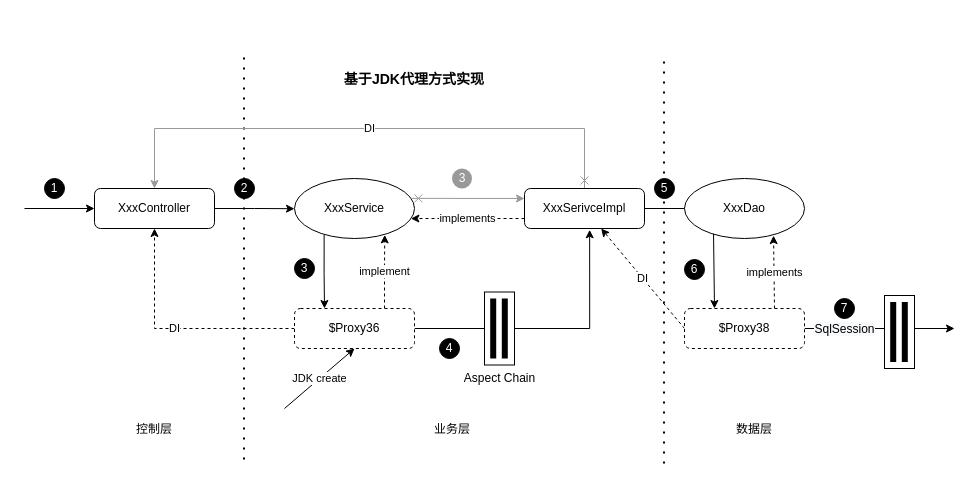
Mark-Lee-AK/drawio keeps this draw.io diagram as page "第 2 页" (2 of 2) of AOP.drawio. Above is the earlier version. Source tidied: cells renumbered, new cells numbered last; positions are measured from the earlier drawing's top-left corner, leaving out a move shared by most shapes. Both pictures are drawn from the tidied source at 100%, with x=0, y=0 at pixel (24, 49).
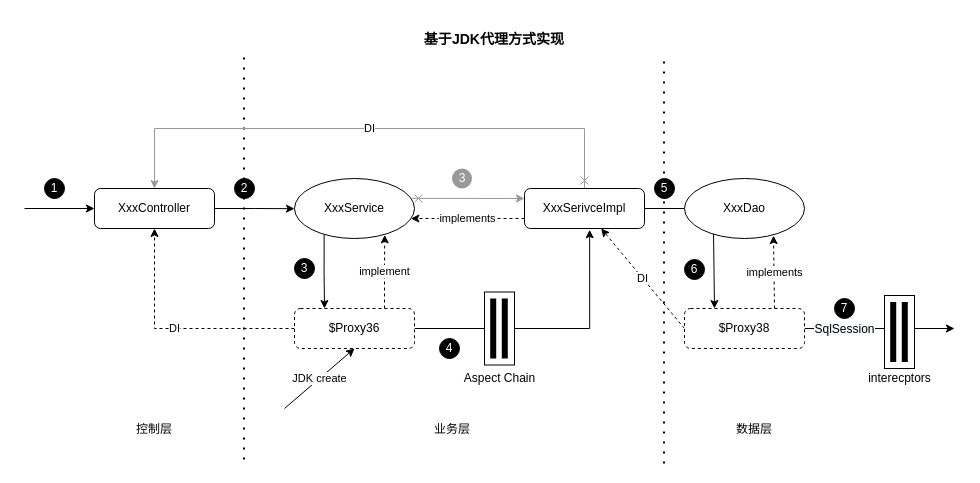
The same page after the edit.

The edit, as a diff of the source:
```diff
@@
     <mxCell id="34" value="&lt;h3 style=&quot;margin-left: 0cm ; text-indent: 0cm&quot;&gt;&lt;span&gt;基于&lt;/span&gt;&lt;span lang=&quot;EN-US&quot;&gt;JDK&lt;/span&gt;&lt;span&gt;代理方式实现&lt;/span&gt;&lt;span lang=&quot;EN-US&quot;&gt;&lt;/span&gt;&lt;/h3&gt;" style="text;html=1;strokeColor=none;fillColor=none;align=center;verticalAlign=middle;whiteSpace=wrap;rounded=0;" parent="1" vertex="1">
-      <mxGeometry x="290" y="20" width="200" height="20" as="geometry" />
+      <mxGeometry x="370" y="-20" width="200" height="20" as="geometry" />
     </mxCell>
@@
+    <mxCell id="43" value="interecptors" style="text;html=1;strokeColor=none;fillColor=none;align=center;verticalAlign=middle;whiteSpace=wrap;rounded=0;" parent="1" vertex="1">
+      <mxGeometry x="827.5" y="319" width="95" height="20" as="geometry" />
+    </mxCell>
```
